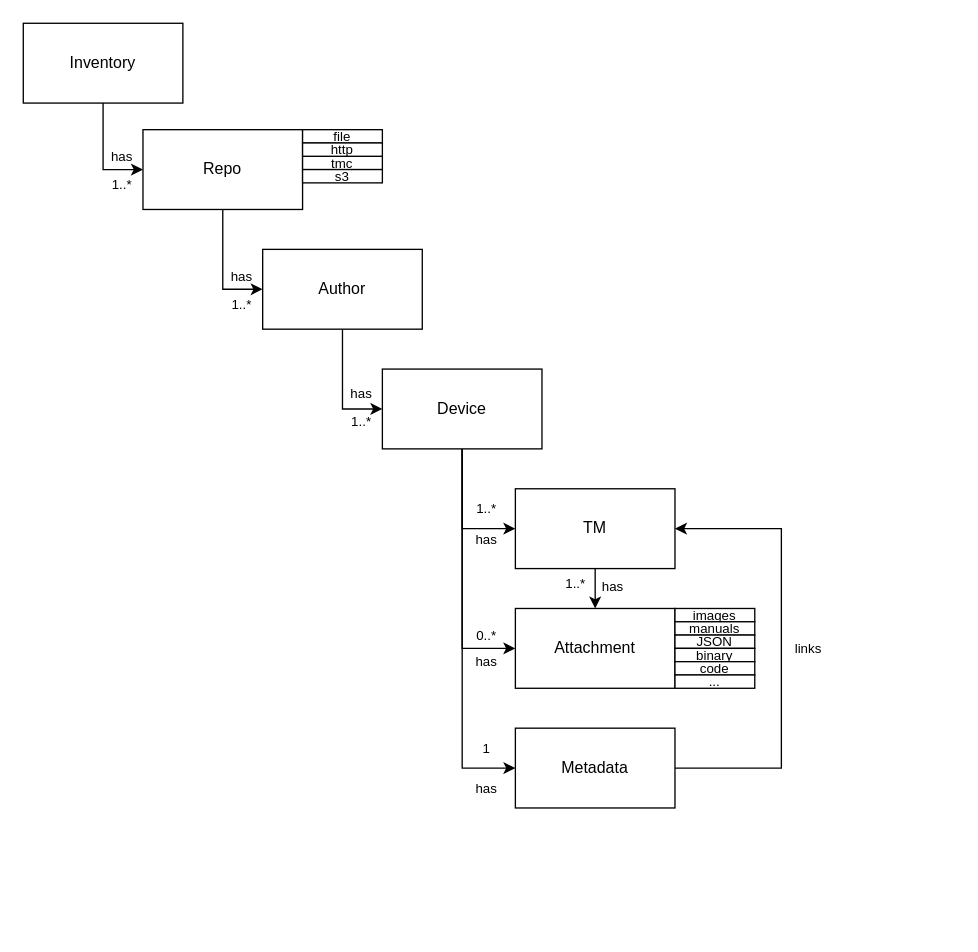
wot-oss/tmc keeps this draw.io diagram as page "architecture" (2 of 2) of docs/media/diagrams.drawio. Above is the earlier version. Source tidied: cells renumbered, new cells numbered last; positions are measured from the earlier drawing's top-left corner, leaving out a move shared by most shapes. Both pictures are drawn from the tidied source at 133%, with x=0, y=0 at pixel (23, 23).
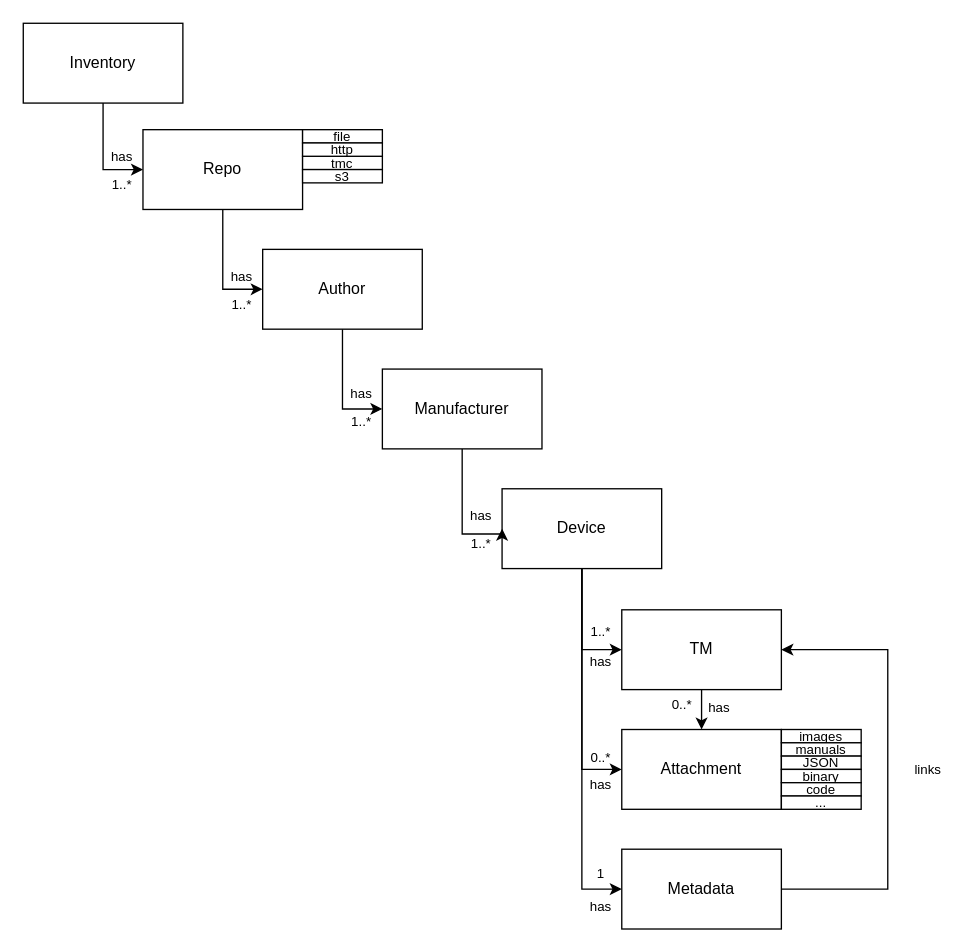
After the change.

Change to the diagram source:
```diff
@@
     <mxCell id="3" value="TM" style="rounded=0;whiteSpace=wrap;html=1;" parent="1" vertex="1">
-      <mxGeometry x="370" y="350" width="120" height="60" as="geometry" />
+      <mxGeometry x="450" y="441" width="120" height="60" as="geometry" />
     </mxCell>
     <mxCell id="4" value="Attachment" style="rounded=0;whiteSpace=wrap;html=1;" parent="1" vertex="1">
-      <mxGeometry x="370" y="440" width="120" height="60" as="geometry" />
+      <mxGeometry x="450" y="531" width="120" height="60" as="geometry" />
     </mxCell>
-    <mxCell id="5" style="edgeStyle=orthogonalEdgeStyle;rounded=0;jettySize=auto;html=1;entryX=0;entryY=0.5;entryDx=0;entryDy=0;exitX=0.5;exitY=1;exitDx=0;exitDy=0;" parent="1" edge="1" source="8" target="3">
+    <mxCell id="5" style="edgeStyle=orthogonalEdgeStyle;rounded=0;jettySize=auto;html=1;entryX=0;entryY=0.5;entryDx=0;entryDy=0;exitX=0.5;exitY=1;exitDx=0;exitDy=0;" parent="1" edge="1" source="42" target="3">
       <mxGeometry relative="1" as="geometry" />
     </mxCell>
-    <mxCell id="6" style="edgeStyle=orthogonalEdgeStyle;rounded=0;jettySize=auto;html=1;entryX=0;entryY=0.5;entryDx=0;entryDy=0;exitX=0.5;exitY=1;exitDx=0;exitDy=0;" parent="1" edge="1" source="8" target="4">
+    <mxCell id="6" style="edgeStyle=orthogonalEdgeStyle;rounded=0;jettySize=auto;html=1;entryX=0;entryY=0.5;entryDx=0;entryDy=0;exitX=0.5;exitY=1;exitDx=0;exitDy=0;" parent="1" edge="1" source="42" target="4">
       <mxGeometry relative="1" as="geometry" />
     </mxCell>
-    <mxCell id="7" style="edgeStyle=orthogonalEdgeStyle;rounded=0;jettySize=auto;html=1;entryX=0;entryY=0.5;entryDx=0;entryDy=0;exitX=0.5;exitY=1;exitDx=0;exitDy=0;" parent="1" edge="1" source="8" target="12">
+    <mxCell id="7" style="edgeStyle=orthogonalEdgeStyle;rounded=0;jettySize=auto;html=1;entryX=0;entryY=0.5;entryDx=0;entryDy=0;exitX=0.5;exitY=1;exitDx=0;exitDy=0;" parent="1" edge="1" source="42" target="12">
       <mxGeometry relative="1" as="geometry" />
     </mxCell>
-    <mxCell id="8" value="Device" style="rounded=0;whiteSpace=wrap;html=1;" parent="1" vertex="1">
+    <mxCell id="8" value="Manufacturer" style="rounded=0;whiteSpace=wrap;html=1;" parent="1" vertex="1">
       <mxGeometry x="270" y="260" width="120" height="60" as="geometry" />
     </mxCell>
@@
     <mxCell id="11" style="edgeStyle=orthogonalEdgeStyle;rounded=0;jettySize=auto;html=1;entryX=1;entryY=0.5;entryDx=0;entryDy=0;exitX=1;exitY=0.5;exitDx=0;exitDy=0;" parent="1" edge="1" source="12" target="3">
       <mxGeometry relative="1" as="geometry">
         <Array as="points">
-          <mxPoint x="570" y="560" />
-          <mxPoint x="570" y="380" />
+          <mxPoint x="650" y="651" />
+          <mxPoint x="650" y="471" />
         </Array>
       </mxGeometry>
     </mxCell>
     <mxCell id="12" value="Metadata" style="rounded=0;whiteSpace=wrap;html=1;" parent="1" vertex="1">
-      <mxGeometry x="370" y="530" width="120" height="60" as="geometry" />
+      <mxGeometry x="450" y="621" width="120" height="60" as="geometry" />
     </mxCell>
@@
     <mxCell id="14" value="&lt;font style=&quot;font-size: 10px;&quot;&gt;1..*&lt;/font&gt;" style="text;html=1;align=center;verticalAlign=middle;strokeColor=none;fillColor=none;" parent="1" vertex="1">
-      <mxGeometry x="328" y="350" width="40" height="30" as="geometry" />
+      <mxGeometry x="414" y="442" width="40" height="30" as="geometry" />
     </mxCell>
     <mxCell id="15" value="&lt;font style=&quot;font-size: 10px;&quot;&gt;0..*&lt;/font&gt;" style="text;html=1;align=center;verticalAlign=middle;strokeColor=none;fillColor=none;" parent="1" vertex="1">
-      <mxGeometry x="328" y="445" width="40" height="30" as="geometry" />
+      <mxGeometry x="414" y="537" width="40" height="30" as="geometry" />
     </mxCell>
     <mxCell id="16" value="&lt;font style=&quot;font-size: 10px;&quot;&gt;1&lt;/font&gt;" style="text;html=1;align=center;verticalAlign=middle;strokeColor=none;fillColor=none;" parent="1" vertex="1">
-      <mxGeometry x="333" y="530" width="30" height="30" as="geometry" />
+      <mxGeometry x="419" y="624" width="30" height="30" as="geometry" />
     </mxCell>
@@
     <mxCell id="18" value="has" style="text;html=1;align=center;verticalAlign=middle;strokeColor=none;fillColor=none;fontSize=10;" parent="1" vertex="1">
-      <mxGeometry x="328" y="373" width="40" height="30" as="geometry" />
+      <mxGeometry x="414" y="465" width="40" height="30" as="geometry" />
     </mxCell>
     <mxCell id="19" value="has" style="text;html=1;align=center;verticalAlign=middle;strokeColor=none;fillColor=none;fontSize=10;" parent="1" vertex="1">
-      <mxGeometry x="328" y="465" width="40" height="30" as="geometry" />
+      <mxGeometry x="414" y="557" width="40" height="30" as="geometry" />
     </mxCell>
     <mxCell id="20" value="has" style="text;html=1;align=center;verticalAlign=middle;strokeColor=none;fillColor=none;fontSize=10;" parent="1" vertex="1">
-      <mxGeometry x="328" y="560" width="40" height="30" as="geometry" />
+      <mxGeometry x="414" y="649" width="40" height="30" as="geometry" />
     </mxCell>
-    <mxCell id="21" value="&lt;font style=&quot;font-size: 10px;&quot;&gt;1..*&lt;/font&gt;" style="text;html=1;align=center;verticalAlign=middle;strokeColor=none;fillColor=none;" parent="1" vertex="1">
-      <mxGeometry x="395" y="406" width="40" height="30" as="geometry" />
+    <mxCell id="21" value="&lt;font style=&quot;font-size: 10px;&quot;&gt;0..*&lt;/font&gt;" style="text;html=1;align=center;verticalAlign=middle;strokeColor=none;fillColor=none;" parent="1" vertex="1">
+      <mxGeometry x="475" y="497" width="40" height="30" as="geometry" />
     </mxCell>
     <mxCell id="22" value="has" style="text;html=1;align=center;verticalAlign=middle;strokeColor=none;fillColor=none;fontSize=10;" parent="1" vertex="1">
-      <mxGeometry x="423" y="408" width="40" height="30" as="geometry" />
+      <mxGeometry x="503" y="499" width="40" height="30" as="geometry" />
     </mxCell>
     <mxCell id="23" value="links" style="text;html=1;align=center;verticalAlign=middle;strokeColor=none;fillColor=none;fontSize=10;" parent="1" vertex="1">
-      <mxGeometry x="570" y="455" width="40" height="30" as="geometry" />
+      <mxGeometry x="660" y="546" width="40" height="30" as="geometry" />
     </mxCell>
@@
     <mxCell id="36" value="images" style="rounded=0;whiteSpace=wrap;html=1;fontSize=10;" parent="1" vertex="1">
-      <mxGeometry x="490" y="440" width="60" height="10" as="geometry" />
+      <mxGeometry x="570" y="531" width="60" height="10" as="geometry" />
     </mxCell>
     <mxCell id="37" value="manuals" style="rounded=0;whiteSpace=wrap;html=1;fontSize=10;" parent="1" vertex="1">
-      <mxGeometry x="490" y="450" width="60" height="10" as="geometry" />
+      <mxGeometry x="570" y="541" width="60" height="10" as="geometry" />
     </mxCell>
     <mxCell id="38" value="JSON" style="rounded=0;whiteSpace=wrap;html=1;fontSize=10;" parent="1" vertex="1">
-      <mxGeometry x="490" y="460" width="60" height="10" as="geometry" />
+      <mxGeometry x="570" y="551" width="60" height="10" as="geometry" />
     </mxCell>
     <mxCell id="39" value="binary" style="rounded=0;whiteSpace=wrap;html=1;fontSize=10;" parent="1" vertex="1">
-      <mxGeometry x="490" y="470" width="60" height="10" as="geometry" />
+      <mxGeometry x="570" y="561" width="60" height="10" as="geometry" />
     </mxCell>
     <mxCell id="40" value="code" style="rounded=0;whiteSpace=wrap;html=1;fontSize=10;" parent="1" vertex="1">
-      <mxGeometry x="490" y="480" width="60" height="10" as="geometry" />
+      <mxGeometry x="570" y="571" width="60" height="10" as="geometry" />
     </mxCell>
     <mxCell id="41" value="..." style="rounded=0;whiteSpace=wrap;html=1;fontSize=10;" parent="1" vertex="1">
-      <mxGeometry x="490" y="490" width="60" height="10" as="geometry" />
+      <mxGeometry x="570" y="581" width="60" height="10" as="geometry" />
     </mxCell>
+    <mxCell id="42" value="Device" style="rounded=0;whiteSpace=wrap;html=1;" parent="1" vertex="1">
+      <mxGeometry x="360" y="350" width="120" height="60" as="geometry" />
+    </mxCell>
+    <mxCell id="43" style="edgeStyle=orthogonalEdgeStyle;rounded=0;jettySize=auto;html=1;entryX=0;entryY=0.5;entryDx=0;entryDy=0;exitX=0.5;exitY=1;exitDx=0;exitDy=0;" parent="1" edge="1" source="8" target="42">
+      <mxGeometry relative="1" as="geometry">
+        <Array as="points">
+          <mxPoint x="330" y="384" />
+        </Array>
+      </mxGeometry>
+    </mxCell>
+    <mxCell id="44" value="&lt;font style=&quot;font-size: 10px;&quot;&gt;1..*&lt;/font&gt;" style="text;html=1;align=center;verticalAlign=middle;strokeColor=none;fillColor=none;" parent="1" vertex="1">
+      <mxGeometry x="324" y="375.5" width="40" height="30" as="geometry" />
+    </mxCell>
+    <mxCell id="45" value="has" style="text;html=1;align=center;verticalAlign=middle;strokeColor=none;fillColor=none;fontSize=10;" parent="1" vertex="1">
+      <mxGeometry x="324" y="354.5" width="40" height="30" as="geometry" />
+    </mxCell>
```
